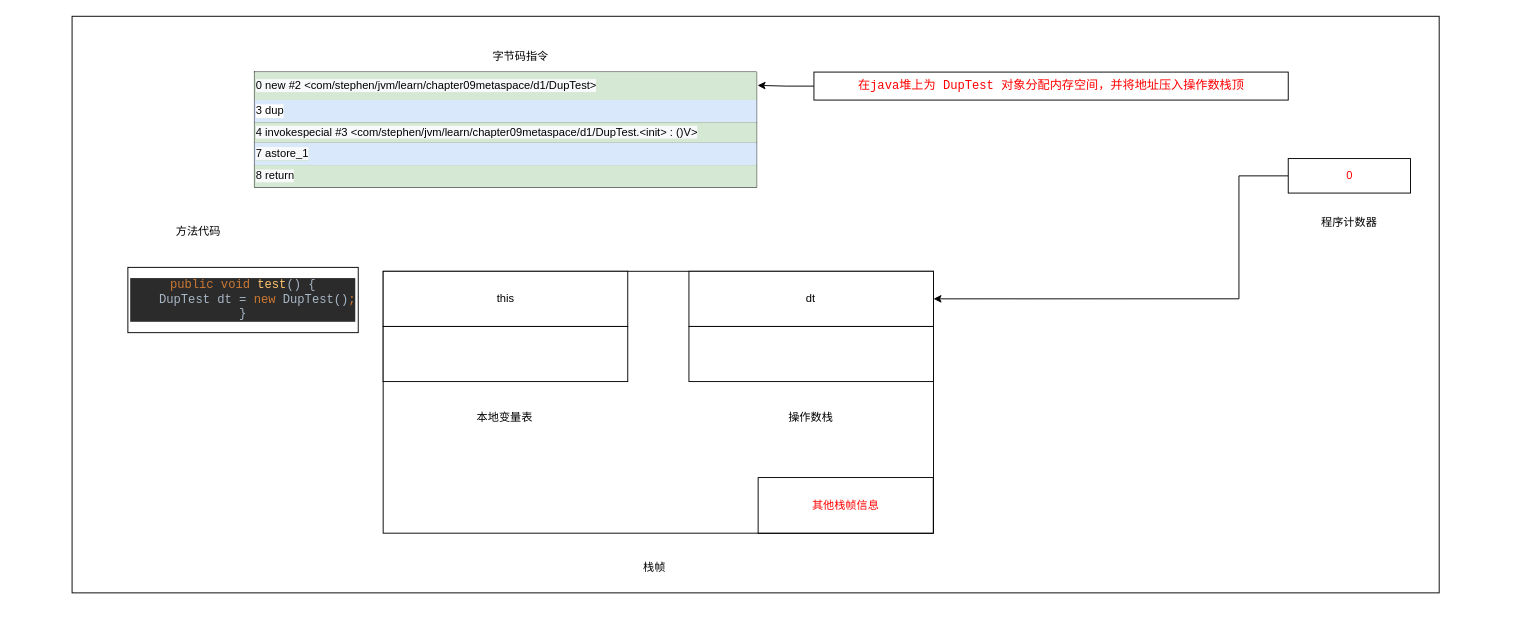
This is page "新建对象dup流程1" (1 of 5) of src/main/java/com/stephen/jvm/learn/drawio/vmstack_dup指令用法2新建对象.drawio from ruoshuisq/jvm-learn, a draw.io file, before an edit. Source tidied: cells renumbered, new cells numbered last; positions are measured from the earlier drawing's top-left corner, leaving out a move shared by most shapes. Both pictures are drawn from the tidied source at 93%, with x=0, y=0 at pixel (16, 16).
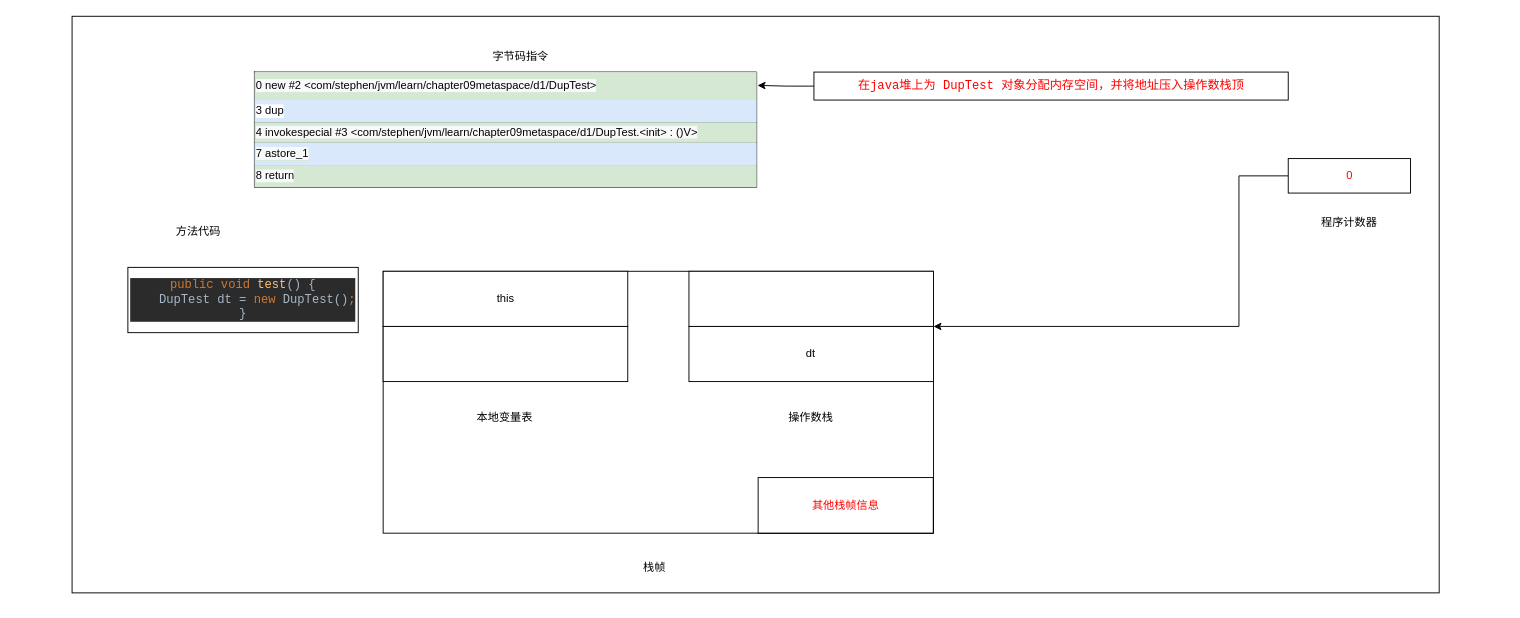
After the change.

Unchanged cells that the change refers to:
```xml
<mxCell id="4" style="group;" parent="3" vertex="1">
  <mxGeometry x="87.7" y="22.2" width="1453.2" height="592.9" as="geometry" />
</mxCell>
<mxCell id="14" value="&lt;font color=&quot;#ff0000&quot;&gt;0&lt;/font&gt;" style="rounded=0;whiteSpace=wrap;html=1;strokeColor=default;" parent="4" vertex="1">
  <mxGeometry x="1280" y="130.8" width="131.5" height="37.1" as="geometry" />
</mxCell>
```

Change to the diagram source:
```diff
@@
-    <mxCell id="11" value="dt" style="rounded=0;whiteSpace=wrap;html=1;strokeColor=default;" parent="4" vertex="1">
+    <mxCell id="11" style="rounded=0;whiteSpace=wrap;html=1;strokeColor=default;" parent="4" vertex="1">
       <mxGeometry x="635.6" y="252" width="263" height="59.3" as="geometry" />
     </mxCell>
-    <mxCell id="12" style="rounded=0;whiteSpace=wrap;html=1;strokeColor=default;" parent="4" vertex="1">
+    <mxCell id="12" value="dt" style="rounded=0;whiteSpace=wrap;html=1;strokeColor=default;" parent="4" vertex="1">
       <mxGeometry x="635.6" y="311.3" width="263" height="59.3" as="geometry" />
     </mxCell>
-    <mxCell id="13" style="edgeStyle=orthogonalEdgeStyle;rounded=0;jettySize=auto;html=1;entryX=1;entryY=0.5;entryDx=0;entryDy=0;" parent="4" edge="1" source="14" target="11">
+    <mxCell id="13" style="edgeStyle=orthogonalEdgeStyle;rounded=0;jettySize=auto;html=1;entryX=1;entryY=0;entryDx=0;entryDy=0;" parent="4" edge="1" source="14" target="12">
       <mxGeometry relative="1" as="geometry">
         <Array as="points">
           <mxPoint x="1227" y="149" />
-          <mxPoint x="1227" y="282" />
+          <mxPoint x="1227" y="311" />
         </Array>
       </mxGeometry>
     </mxCell>
```
